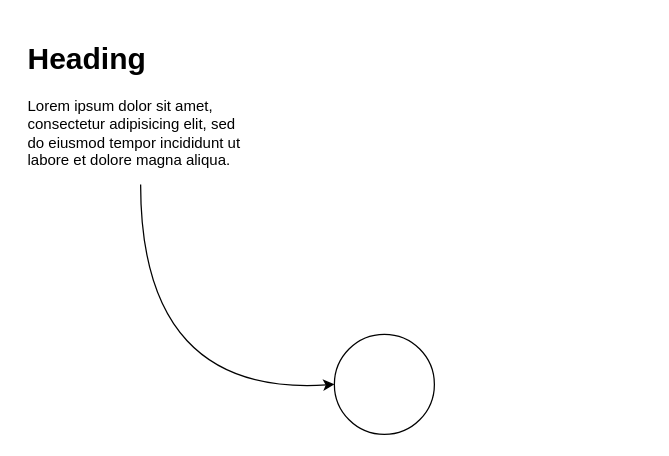
The draw.io diagram Untitled Diagram.drawio in ujr/test, before the edit. Source tidied: cells renumbered, new cells numbered last; positions are measured from the earlier drawing's top-left corner, leaving out a move shared by most shapes. Both pictures are drawn from the tidied source at 125%, with x=0, y=0 at pixel (21, 34).
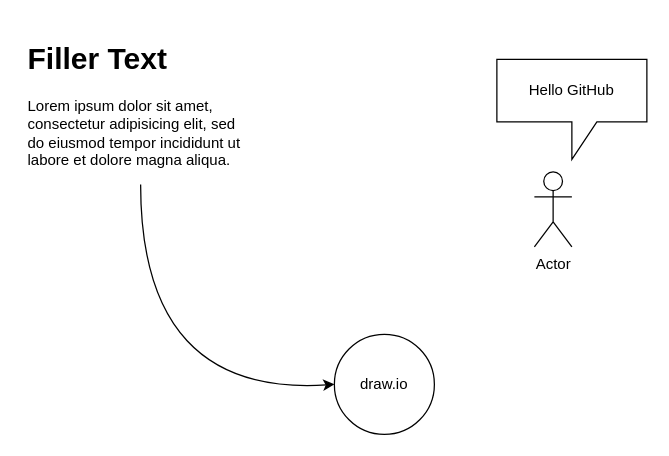
After the change.

Change to the diagram source:
```diff
@@
 <mxGraphModel>
   <root>
     <mxCell id="0" />
     <mxCell id="1" parent="0" />
-    <mxCell id="2" value="&lt;h1&gt;Heading&lt;/h1&gt;&lt;p&gt;Lorem ipsum dolor sit amet, consectetur adipisicing elit, sed do eiusmod tempor incididunt ut labore et dolore magna aliqua.&lt;/p&gt;" style="text;html=1;strokeColor=none;fillColor=none;spacing=5;spacingTop=-20;whiteSpace=wrap;overflow=hidden;rounded=0;" parent="1" vertex="1">
+    <mxCell id="2" value="&lt;h1&gt;Filler Text&lt;br&gt;&lt;/h1&gt;&lt;p&gt;Lorem ipsum dolor sit amet, consectetur adipisicing elit, sed do eiusmod tempor incididunt ut labore et dolore magna aliqua.&lt;/p&gt;" style="text;html=1;strokeColor=none;fillColor=none;spacing=5;spacingTop=-20;whiteSpace=wrap;overflow=hidden;rounded=0;" parent="1" vertex="1">
       <mxGeometry width="190" height="120" as="geometry" />
     </mxCell>
-    <mxCell id="3" style="ellipse;whiteSpace=wrap;html=1;" parent="1" vertex="1">
+    <mxCell id="3" value="draw.io" style="ellipse;whiteSpace=wrap;html=1;" parent="1" vertex="1">
       <mxGeometry x="250" y="240" width="80" height="80" as="geometry" />
     </mxCell>
     <mxCell id="4" style="curved=1;endArrow=classic;html=1;exitX=0.5;exitY=1;exitDx=0;exitDy=0;entryX=0;entryY=0.5;entryDx=0;entryDy=0;" parent="1" edge="1" source="2" target="3">
       <mxGeometry relative="1" as="geometry">
         <Array as="points">
           <mxPoint x="95" y="290" />
         </Array>
       </mxGeometry>
     </mxCell>
+    <mxCell id="5" value="Actor" style="shape=umlActor;verticalLabelPosition=bottom;labelBackgroundColor=#ffffff;verticalAlign=top;html=1;" parent="1" vertex="1">
+      <mxGeometry x="410" y="110" width="30" height="60" as="geometry" />
+    </mxCell>
+    <mxCell id="6" value="Hello GitHub" style="shape=callout;whiteSpace=wrap;html=1;perimeter=calloutPerimeter;" parent="1" vertex="1">
+      <mxGeometry x="380" y="20" width="120" height="80" as="geometry" />
+    </mxCell>
   </root>
 </mxGraphModel>
```
